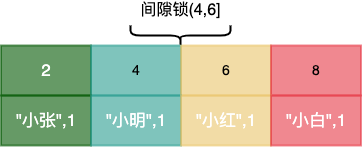
The draw.io diagram img/mysql/mysql-next-key-demo2.png in boilingfrog/Go-POINT, before a commit. Source tidied: cells renumbered, new cells last; positions are measured from the earlier drawing's top-left corner, leaving out a move shared by most shapes.
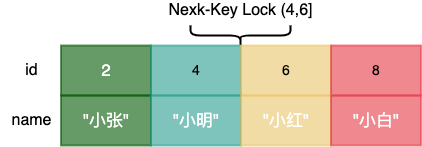
Above is the later version.

Commit message:
feat:MySQL 中的锁

What changed in the source:
```diff
@@ -1,36 +1,42 @@
 <mxGraphModel>
   <root>
-    <mxCell id="0" />
-    <mxCell id="1" parent="0" />
+    <mxCell id="12" />
+    <mxCell id="13" parent="12" />
-    <mxCell id="2" value="&lt;span style=&quot;font-size: 17px&quot;&gt;2&lt;/span&gt;" style="rounded=0;whiteSpace=wrap;html=1;fillStyle=auto;fontSize=14;strokeColor=#005700;strokeWidth=2;fillColor=#005700;fontColor=#ffffff;opacity=60;" parent="1" vertex="1">
+    <mxCell id="2" value="&lt;span style=&quot;font-size: 17px&quot;&gt;2&lt;/span&gt;" style="rounded=0;whiteSpace=wrap;html=1;fillStyle=auto;fontSize=14;strokeColor=#005700;strokeWidth=2;fillColor=#005700;fontColor=#ffffff;opacity=60;" parent="13" vertex="1">
       <mxGeometry x="0.5" y="45" width="90" height="50" as="geometry" />
     </mxCell>
-    <mxCell id="3" value="4" style="rounded=0;whiteSpace=wrap;html=1;fillStyle=auto;fontSize=14;strokeColor=#2A9D8F;strokeWidth=2;fillColor=#2A9D8F;opacity=60;" parent="1" vertex="1">
+    <mxCell id="3" value="4" style="rounded=0;whiteSpace=wrap;html=1;fillStyle=auto;fontSize=14;strokeColor=#2A9D8F;strokeWidth=2;fillColor=#2A9D8F;opacity=60;" parent="13" vertex="1">
       <mxGeometry x="90.5" y="45" width="90" height="50" as="geometry" />
     </mxCell>
-    <mxCell id="4" value="6" style="rounded=0;whiteSpace=wrap;html=1;fillStyle=auto;fontSize=14;strokeColor=#E9C46A;strokeWidth=2;fillColor=#E9C46A;opacity=60;" parent="1" vertex="1">
+    <mxCell id="4" value="6" style="rounded=0;whiteSpace=wrap;html=1;fillStyle=auto;fontSize=14;strokeColor=#E9C46A;strokeWidth=2;fillColor=#E9C46A;opacity=60;" parent="13" vertex="1">
       <mxGeometry x="180.5" y="45" width="90" height="50" as="geometry" />
     </mxCell>
-    <mxCell id="5" value="8" style="rounded=0;whiteSpace=wrap;html=1;fillStyle=auto;fontSize=14;strokeColor=#E63946;strokeWidth=2;fillColor=#E63946;opacity=60;" parent="1" vertex="1">
+    <mxCell id="5" value="8" style="rounded=0;whiteSpace=wrap;html=1;fillStyle=auto;fontSize=14;strokeColor=#E63946;strokeWidth=2;fillColor=#E63946;opacity=60;" parent="13" vertex="1">
       <mxGeometry x="270.5" y="45" width="90" height="50" as="geometry" />
     </mxCell>
-    <mxCell id="6" value="&lt;span style=&quot;font-size: 17px&quot;&gt;&quot;小张&quot;,1&lt;/span&gt;" style="rounded=0;whiteSpace=wrap;html=1;fillStyle=auto;fontSize=14;strokeColor=#005700;strokeWidth=2;fillColor=#005700;fontColor=#ffffff;opacity=60;" parent="1" vertex="1">
-      <mxGeometry x="0.5" y="95" width="90" height="50" as="geometry" />
-    </mxCell>
-    <mxCell id="7" value="&lt;span style=&quot;color: rgb(255 , 255 , 255) ; font-size: 17px&quot;&gt;&quot;小明&quot;,1&lt;/span&gt;" style="rounded=0;whiteSpace=wrap;html=1;fillStyle=auto;fontSize=14;strokeColor=#2A9D8F;strokeWidth=2;fillColor=#2A9D8F;opacity=60;" parent="1" vertex="1">
-      <mxGeometry x="90.5" y="95" width="90" height="50" as="geometry" />
-    </mxCell>
-    <mxCell id="8" value="&lt;span style=&quot;color: rgb(255 , 255 , 255) ; font-size: 17px&quot;&gt;&quot;小红&quot;,1&lt;/span&gt;" style="rounded=0;whiteSpace=wrap;html=1;fillStyle=auto;fontSize=14;strokeColor=#E9C46A;strokeWidth=2;fillColor=#E9C46A;opacity=60;" parent="1" vertex="1">
-      <mxGeometry x="180.5" y="95" width="90" height="50" as="geometry" />
-    </mxCell>
-    <mxCell id="9" value="&lt;span style=&quot;color: rgb(255 , 255 , 255) ; font-size: 17px&quot;&gt;&quot;小白&quot;,1&lt;/span&gt;" style="rounded=0;whiteSpace=wrap;html=1;fillStyle=auto;fontSize=14;strokeColor=#E63946;strokeWidth=2;fillColor=#E63946;opacity=60;" parent="1" vertex="1">
-      <mxGeometry x="270.5" y="95" width="90" height="50" as="geometry" />
-    </mxCell>
-    <mxCell id="10" value="&lt;font style=&quot;font-size: 16px&quot;&gt;间隙锁(4,6]&lt;/font&gt;" style="text;html=1;align=center;verticalAlign=middle;strokeColor=none;fillColor=none;" parent="1" vertex="1">
-      <mxGeometry x="130" width="100" height="20" as="geometry" />
-    </mxCell>
+    <mxCell id="14" value="&lt;span style=&quot;font-size: 17px&quot;&gt;&quot;小张&quot;&lt;/span&gt;" style="rounded=0;whiteSpace=wrap;html=1;fillStyle=auto;fontSize=14;strokeColor=#005700;strokeWidth=2;fillColor=#005700;fontColor=#ffffff;opacity=60;" parent="13" vertex="1">
+      <mxGeometry x="0.5" y="95" width="90" height="50" as="geometry" />
+    </mxCell>
+    <mxCell id="15" value="&lt;span style=&quot;color: rgb(255 , 255 , 255) ; font-size: 17px&quot;&gt;&quot;小明&quot;&lt;/span&gt;" style="rounded=0;whiteSpace=wrap;html=1;fillStyle=auto;fontSize=14;strokeColor=#2A9D8F;strokeWidth=2;fillColor=#2A9D8F;opacity=60;" parent="13" vertex="1">
+      <mxGeometry x="90.5" y="95" width="90" height="50" as="geometry" />
+    </mxCell>
+    <mxCell id="16" value="&lt;span style=&quot;color: rgb(255 , 255 , 255) ; font-size: 17px&quot;&gt;&quot;小红&quot;&lt;/span&gt;" style="rounded=0;whiteSpace=wrap;html=1;fillStyle=auto;fontSize=14;strokeColor=#E9C46A;strokeWidth=2;fillColor=#E9C46A;opacity=60;" parent="13" vertex="1">
+      <mxGeometry x="180.5" y="95" width="90" height="50" as="geometry" />
+    </mxCell>
+    <mxCell id="17" value="&lt;span style=&quot;color: rgb(255 , 255 , 255) ; font-size: 17px&quot;&gt;&quot;小白&quot;&lt;/span&gt;" style="rounded=0;whiteSpace=wrap;html=1;fillStyle=auto;fontSize=14;strokeColor=#E63946;strokeWidth=2;fillColor=#E63946;opacity=60;" parent="13" vertex="1">
+      <mxGeometry x="270.5" y="95" width="90" height="50" as="geometry" />
+    </mxCell>
+    <mxCell id="18" value="&lt;font style=&quot;font-size: 16px&quot;&gt;Nexk-Key Lock (4,6]&lt;/font&gt;" style="text;html=1;align=center;verticalAlign=middle;strokeColor=none;fillColor=none;" parent="13" vertex="1">
+      <mxGeometry x="100" width="160" height="20" as="geometry" />
+    </mxCell>
-    <mxCell id="11" style="shape=curlyBracket;whiteSpace=wrap;html=1;rounded=1;fontSize=16;direction=north;strokeWidth=2;" parent="1" vertex="1">
+    <mxCell id="11" style="shape=curlyBracket;whiteSpace=wrap;html=1;rounded=1;fontSize=16;direction=north;strokeWidth=2;" parent="13" vertex="1">
       <mxGeometry x="130" y="25" width="100" height="20" as="geometry" />
     </mxCell>
+    <mxCell id="19" value="&lt;font style=&quot;font-size: 16px&quot;&gt;id&lt;/font&gt;" style="text;html=1;align=center;verticalAlign=middle;strokeColor=none;fillColor=none;" parent="13" vertex="1">
+      <mxGeometry x="-44.5" y="60" width="30" height="20" as="geometry" />
+    </mxCell>
+    <mxCell id="20" value="name" style="text;html=1;align=center;verticalAlign=middle;strokeColor=none;fillColor=none;fontSize=16;" parent="13" vertex="1">
+      <mxGeometry x="-59.5" y="110" width="60" height="20" as="geometry" />
+    </mxCell>
   </root>
 </mxGraphModel>
```
